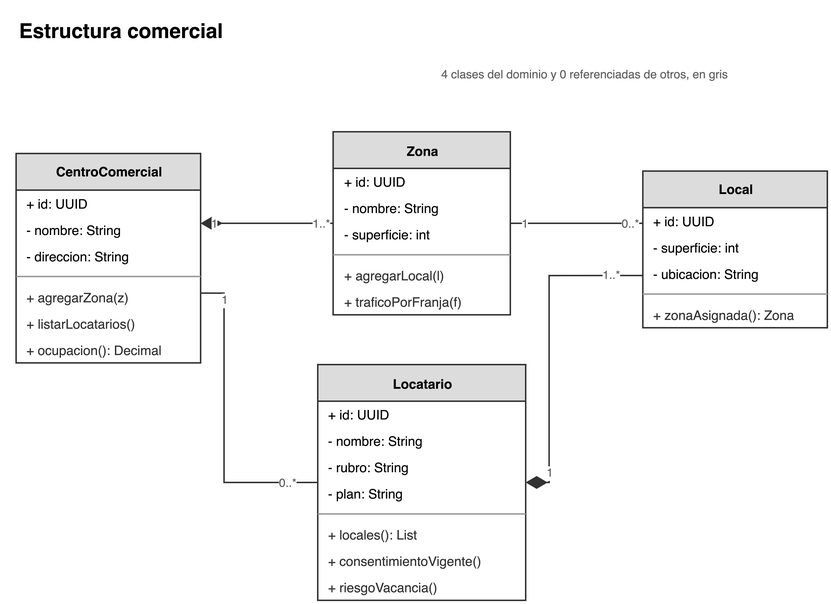
Earlier version of the draw.io export STF/STF/Primera entrega/diagramas/cls_estructura.drawio.png (javieravellanedaa/ShopMetrics-TFI). Source tidied: cells renumbered, new cells last; positions are measured from the earlier drawing's top-left corner, leaving out a move shared by most shapes.
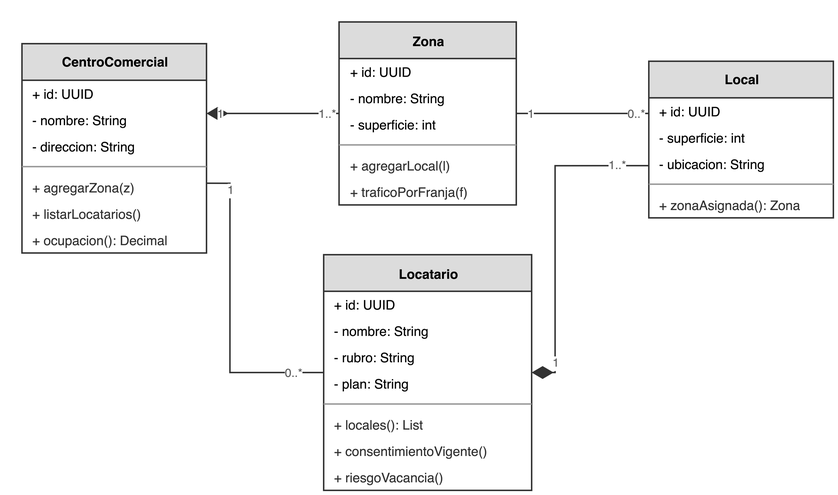
The same diagram one commit later.

Diff of the diagram source:
```diff
@@ -2,12 +2,6 @@
   <root>
     <mxCell id="0" />
     <mxCell id="1" parent="0" />
-    <mxCell id="2" value="Estructura comercial" style="text;html=1;align=left;verticalAlign=middle;fontSize=14;fontStyle=1;fontColor=#000000;" parent="1" vertex="1">
-      <mxGeometry width="554" height="22" as="geometry" />
-    </mxCell>
-    <mxCell id="3" value="4 clases del dominio y 0 referenciadas de otros, en gris" style="text;html=1;align=right;verticalAlign=middle;fontSize=8;fontColor=#606060;" parent="1" vertex="1">
-      <mxGeometry x="67" y="32" width="420" height="18" as="geometry" />
-    </mxCell>
     <mxCell id="4" value="CentroComercial" style="swimlane;fontStyle=1;align=center;verticalAlign=middle;horizontal=1;startSize=25;html=1;whiteSpace=nowrap;fillColor=#DCDCDC;strokeColor=#333333;fontColor=#000000;swimlaneFillColor=#FFFFFF;fontSize=9;" parent="1" vertex="1">
       <mxGeometry y="94.8" width="126" height="143" as="geometry" />
     </mxCell>
```
